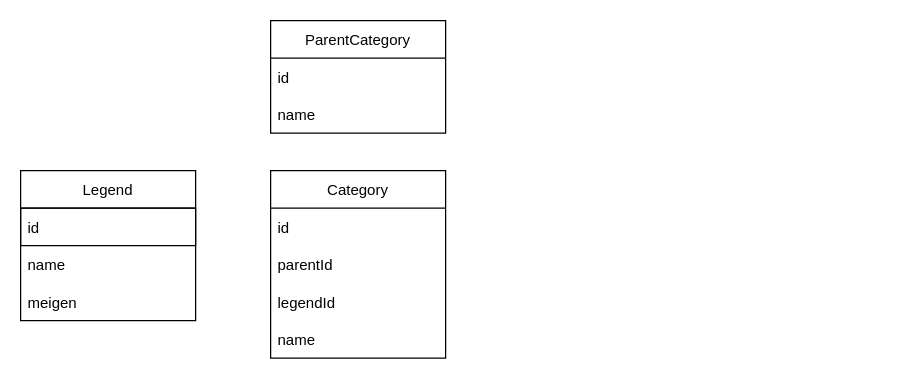
takumi0826/legends-guotations keeps this draw.io diagram as er.dio. Above is the earlier version. Source tidied: cells renumbered, new cells numbered last; positions are measured from the earlier drawing's top-left corner, leaving out a move shared by most shapes. Both pictures are drawn from the tidied source at 125%, with x=0, y=0 at pixel (20, 20).
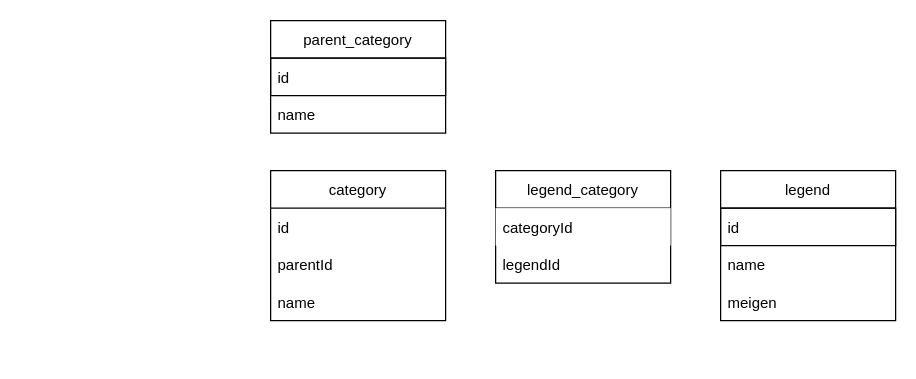
Above is the later version.

The edit, as a diff of the source:
```diff
@@
 <mxGraphModel>
   <root>
     <mxCell id="0" />
     <mxCell id="1" parent="0" />
-    <mxCell id="2" value="Legend" style="swimlane;fontStyle=0;horizontal=1;startSize=30;" parent="1" vertex="1">
-      <mxGeometry y="120" width="140" height="120" as="geometry" />
+    <mxCell id="2" value="legend" style="swimlane;fontStyle=0;horizontal=1;startSize=30;" parent="1" vertex="1">
+      <mxGeometry x="560" y="120" width="140" height="120" as="geometry" />
     </mxCell>
     <mxCell id="3" value="id" style="text;strokeColor=default;fillColor=none;align=left;verticalAlign=middle;spacingLeft=4;spacingRight=4;overflow=hidden;" parent="2" vertex="1">
       <mxGeometry y="30" width="140" height="30" as="geometry" />
     </mxCell>
     <mxCell id="4" value="name" style="text;strokeColor=none;fillColor=none;align=left;verticalAlign=middle;spacingLeft=4;spacingRight=4;overflow=hidden;" parent="2" vertex="1">
       <mxGeometry y="60" width="140" height="30" as="geometry" />
     </mxCell>
     <mxCell id="5" value="meigen" style="text;strokeColor=none;fillColor=none;align=left;verticalAlign=middle;spacingLeft=4;spacingRight=4;overflow=hidden;" parent="2" vertex="1">
       <mxGeometry y="90" width="140" height="30" as="geometry" />
     </mxCell>
-    <mxCell id="6" value="Category" style="swimlane;fontStyle=0;horizontal=1;startSize=30;" parent="1" vertex="1">
-      <mxGeometry x="200" y="120" width="140" height="150" as="geometry" />
+    <mxCell id="6" value="category" style="swimlane;fontStyle=0;horizontal=1;startSize=30;" parent="1" vertex="1">
+      <mxGeometry x="200" y="120" width="140" height="120" as="geometry" />
     </mxCell>
     <mxCell id="7" value="id" style="text;strokeColor=none;fillColor=none;align=left;verticalAlign=middle;spacingLeft=4;spacingRight=4;overflow=hidden;" parent="6" vertex="1">
       <mxGeometry y="30" width="140" height="30" as="geometry" />
     </mxCell>
     <mxCell id="8" value="parentId" style="text;strokeColor=none;fillColor=none;align=left;verticalAlign=middle;spacingLeft=4;spacingRight=4;overflow=hidden;" parent="6" vertex="1">
       <mxGeometry y="60" width="140" height="30" as="geometry" />
     </mxCell>
-    <mxCell id="9" value="legendId" style="text;strokeColor=none;fillColor=none;align=left;verticalAlign=middle;spacingLeft=4;spacingRight=4;overflow=hidden;" parent="6" vertex="1">
-      <mxGeometry y="90" width="140" height="30" as="geometry" />
-    </mxCell>
     <mxCell id="10" value="name" style="text;strokeColor=none;fillColor=none;align=left;verticalAlign=middle;spacingLeft=4;spacingRight=4;overflow=hidden;" parent="6" vertex="1">
-      <mxGeometry y="120" width="140" height="30" as="geometry" />
+      <mxGeometry y="90" width="140" height="30" as="geometry" />
     </mxCell>
-    <mxCell id="11" value="ParentCategory" style="swimlane;fontStyle=0;horizontal=1;startSize=30;" parent="1" vertex="1">
+    <mxCell id="11" value="parent_category" style="swimlane;fontStyle=0;horizontal=1;startSize=30;" parent="1" vertex="1">
       <mxGeometry x="200" width="140" height="90" as="geometry" />
     </mxCell>
-    <mxCell id="12" value="id" style="text;strokeColor=none;fillColor=none;align=left;verticalAlign=middle;spacingLeft=4;spacingRight=4;overflow=hidden;" parent="11" vertex="1">
+    <mxCell id="12" value="id" style="text;strokeColor=default;fillColor=none;align=left;verticalAlign=middle;spacingLeft=4;spacingRight=4;overflow=hidden;" parent="11" vertex="1">
       <mxGeometry y="30" width="140" height="30" as="geometry" />
     </mxCell>
     <mxCell id="13" value="name" style="text;strokeColor=none;fillColor=none;align=left;verticalAlign=middle;spacingLeft=4;spacingRight=4;overflow=hidden;" parent="11" vertex="1">
       <mxGeometry y="60" width="140" height="30" as="geometry" />
     </mxCell>
+    <mxCell id="14" value="legend_category" style="swimlane;fontStyle=0;horizontal=1;startSize=30;" parent="1" vertex="1">
+      <mxGeometry x="380" y="120" width="140" height="90" as="geometry" />
+    </mxCell>
+    <mxCell id="15" value="categoryId" style="text;strokeColor=none;fillColor=default;align=left;verticalAlign=middle;spacingLeft=4;spacingRight=4;overflow=hidden;" parent="14" vertex="1">
+      <mxGeometry y="30" width="140" height="30" as="geometry" />
+    </mxCell>
+    <mxCell id="9" value="legendId" style="text;strokeColor=none;fillColor=none;align=left;verticalAlign=middle;spacingLeft=4;spacingRight=4;overflow=hidden;" parent="14" vertex="1">
+      <mxGeometry y="60" width="140" height="30" as="geometry" />
+    </mxCell>
   </root>
 </mxGraphModel>
```
